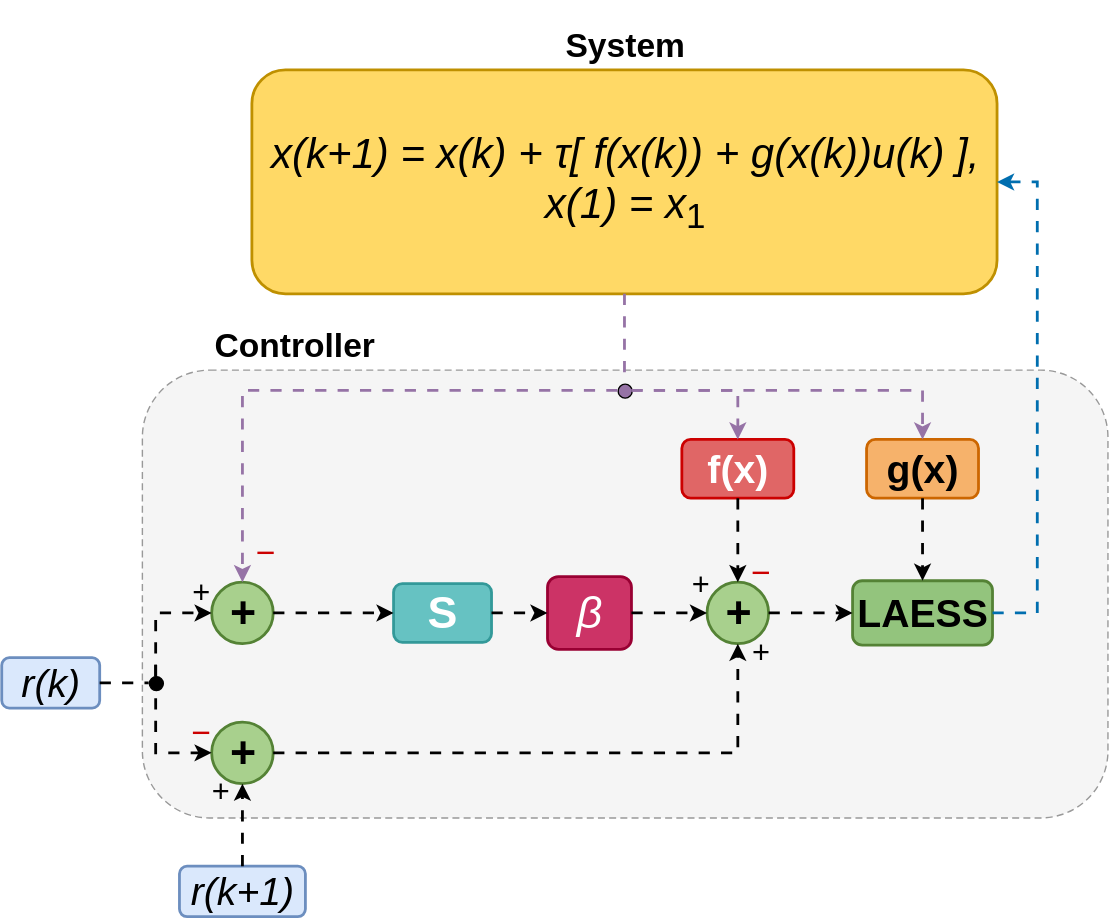
ablassejr/tracking-control-network keeps this draw.io diagram as research-vault/Research Journal/Paper/figures/images/clean-system.svg. Above is the earlier version. Source tidied: cells renumbered, new cells last; positions are measured from the earlier drawing's top-left corner, leaving out a move shared by most shapes. Source of this version:
```xml
<mxGraphModel>
  <root>
    <mxCell id="0" />
    <mxCell id="1" parent="0" />
    <mxCell id="2" style="rounded=1;whiteSpace=wrap;html=1;strokeWidth=1;dashed=1;dashPattern=5 3;strokeColor=#999999;fillColor=#F5F5F5;" parent="1" vertex="1">
      <mxGeometry x="105" y="244" width="690" height="320" as="geometry" />
    </mxCell>
    <mxCell id="3" value="&lt;b&gt;Controller&lt;/b&gt;" style="text;html=1;align=left;verticalAlign=bottom;fontFamily=Helvetica;fontSize=24;rounded=1;" parent="1" vertex="1">
      <mxGeometry y="240" width="120" height="24" as="geometry" />
    </mxCell>
    <mxCell id="4" value="&lt;i style=&quot;line-height:100%;&quot;&gt;x(k+1) = x(k) + τ[ f(x(k)) + g(x(k))u(k) ],&lt;/i&gt;&lt;br/&gt;&lt;i&gt;x(1) = x&lt;/i&gt;&lt;sub&gt;1&lt;/sub&gt;" style="rounded=1;whiteSpace=wrap;html=1;fontFamily=Helvetica;fontSize=30;strokeWidth=2;fillColor=#FFD966;strokeColor=#BF9000;" parent="1" vertex="1">
      <mxGeometry x="183.8" y="30" width="532.5" height="160" as="geometry" />
    </mxCell>
    <mxCell id="5" value="&lt;b&gt;&lt;font style=&quot;font-size: 24px;&quot;&gt;System&lt;/font&gt;&lt;/b&gt;" style="text;html=1;align=center;verticalAlign=top;fontFamily=Helvetica;fontSize=36;rounded=1;" parent="1" vertex="1">
      <mxGeometry x="79" width="120" height="26" as="geometry" />
    </mxCell>
    <mxCell id="6" style="ellipse;fillColor=#000000;strokeColor=#000000;strokeWidth=1;html=1;" parent="1" vertex="1">
      <mxGeometry x="445" y="254" width="10" height="10" as="geometry" />
    </mxCell>
    <mxCell id="7" value="+" style="ellipse;html=1;fontFamily=Helvetica;fontSize=32;strokeWidth=2;align=center;verticalAlign=middle;fontStyle=1;rounded=1;fillColor=#A8D08D;strokeColor=#548235;" parent="1" vertex="1">
      <mxGeometry x="155" y="396" width="44" height="44" as="geometry" />
    </mxCell>
    <mxCell id="8" value="&lt;b&gt;S&lt;/b&gt;" style="rounded=1;whiteSpace=wrap;html=1;fontFamily=Helvetica;fontSize=32;strokeWidth=2;fillColor=#66C2C2;strokeColor=#339999;fontColor=#FFFFFF;" parent="1" vertex="1">
      <mxGeometry x="285" y="397" width="70" height="42" as="geometry" />
    </mxCell>
    <mxCell id="9" value="&lt;i&gt;β&lt;/i&gt;" style="rounded=1;whiteSpace=wrap;html=1;fontFamily=Helvetica;fontSize=32;strokeWidth=2;fillColor=#CC3366;strokeColor=#990033;fontColor=#FFFFFF;" parent="1" vertex="1">
      <mxGeometry x="395" y="392" width="60" height="52" as="geometry" />
    </mxCell>
    <mxCell id="10" value="+" style="ellipse;html=1;fontFamily=Helvetica;fontSize=32;strokeWidth=2;align=center;verticalAlign=middle;fontStyle=1;rounded=1;fillColor=#A8D08D;strokeColor=#548235;" parent="1" vertex="1">
      <mxGeometry x="509" y="396" width="44" height="44" as="geometry" />
    </mxCell>
    <mxCell id="11" value="&lt;b&gt;LAESS&lt;/b&gt;" style="rounded=1;whiteSpace=wrap;html=1;fontFamily=Helvetica;fontSize=28;strokeWidth=2;fillColor=#93C47D;strokeColor=#548235;" parent="1" vertex="1">
      <mxGeometry x="613" y="395" width="100" height="46" as="geometry" />
    </mxCell>
    <mxCell id="12" value="&lt;b&gt;f(x)&lt;/b&gt;" style="rounded=1;whiteSpace=wrap;html=1;fontFamily=Helvetica;fontSize=28;strokeWidth=2;fillColor=#E06666;strokeColor=#CC0000;fontColor=#FFFFFF;" parent="1" vertex="1">
      <mxGeometry x="491" y="294" width="80" height="42" as="geometry" />
    </mxCell>
    <mxCell id="13" value="&lt;b&gt;g(x)&lt;/b&gt;" style="rounded=1;whiteSpace=wrap;html=1;fontFamily=Helvetica;fontSize=28;strokeWidth=2;fillColor=#F6B26B;strokeColor=#CC6600;" parent="1" vertex="1">
      <mxGeometry x="623" y="294" width="80" height="42" as="geometry" />
    </mxCell>
    <mxCell id="14" value="+" style="ellipse;html=1;fontFamily=Helvetica;fontSize=32;strokeWidth=2;align=center;verticalAlign=middle;fontStyle=1;rounded=1;fillColor=#A8D08D;strokeColor=#548235;" parent="1" vertex="1">
      <mxGeometry x="155" y="496" width="44" height="44" as="geometry" />
    </mxCell>
    <mxCell id="15" value="&lt;i&gt;r(k+1)&lt;/i&gt;" style="rounded=1;whiteSpace=wrap;html=1;fontFamily=Helvetica;fontSize=28;strokeWidth=2;fillColor=#DAE8FC;strokeColor=#6C8EBF;" parent="1" vertex="1">
      <mxGeometry x="132" y="599" width="90" height="36" as="geometry" />
    </mxCell>
    <mxCell id="16" value="&amp;#x2212;" style="text;html=1;align=center;verticalAlign=middle;fontFamily=Helvetica;rounded=1;fontSize=24;fontColor=#CC0000;" parent="1" vertex="1">
      <mxGeometry x="187" y="369" width="12" height="12" as="geometry" />
    </mxCell>
    <mxCell id="17" value="&amp;#x2212;" style="text;html=1;align=center;verticalAlign=middle;fontFamily=Helvetica;rounded=1;fontSize=24;fontColor=#CC0000;" parent="1" vertex="1">
      <mxGeometry x="541" y="383" width="12" height="12" as="geometry" />
    </mxCell>
    <mxCell id="18" value="+" style="text;html=1;align=center;verticalAlign=middle;fontFamily=Helvetica;rounded=1;fontSize=22;" parent="1" vertex="1">
      <mxGeometry x="499" y="392" width="10" height="12" as="geometry" />
    </mxCell>
    <mxCell id="19" value="+" style="text;html=1;align=center;verticalAlign=middle;fontFamily=Helvetica;rounded=1;fontSize=22;" parent="1" vertex="1">
      <mxGeometry x="541" y="441" width="12" height="12" as="geometry" />
    </mxCell>
    <mxCell id="20" value="&amp;#x2212;" style="text;html=1;align=center;verticalAlign=middle;fontFamily=Helvetica;rounded=1;fontSize=24;fontColor=#CC0000;" parent="1" vertex="1">
      <mxGeometry x="141" y="498" width="12" height="12" as="geometry" />
    </mxCell>
    <mxCell id="21" value="+" style="text;html=1;align=center;verticalAlign=middle;fontFamily=Helvetica;rounded=1;fontSize=22;" parent="1" vertex="1">
      <mxGeometry x="165" y="542" width="12" height="12" as="geometry" />
    </mxCell>
    <mxCell id="22" value="&lt;i&gt;&lt;font style=&quot;font-size: 24px;&quot;&gt;x(k)&lt;/font&gt;&lt;/i&gt;" style="edgeStyle=orthogonalEdgeStyle;rounded=0;html=1;strokeWidth=2;flowAnimation=1;endArrow=none;endFill=0;exitX=0.5;exitY=1;exitDx=0;exitDy=0;strokeColor=#9673a6;" parent="1" edge="1" source="4" target="6">
      <mxGeometry x="-0.06" y="5" relative="1" as="geometry">
        <mxPoint y="1" as="offset" />
      </mxGeometry>
    </mxCell>
    <mxCell id="23" style="edgeStyle=orthogonalEdgeStyle;rounded=0;html=1;strokeWidth=2;flowAnimation=1;endArrow=classic;endFill=1;entryX=0.5;entryY=0;entryDx=0;entryDy=0;fontFamily=Helvetica;fontSize=24;strokeColor=#9673a6;" parent="1" edge="1" source="6" target="7">
      <mxGeometry relative="1" as="geometry">
        <Array as="points">
          <mxPoint x="177" y="259" />
        </Array>
      </mxGeometry>
    </mxCell>
    <mxCell id="24" style="edgeStyle=orthogonalEdgeStyle;rounded=0;html=1;strokeWidth=2;flowAnimation=1;endArrow=classic;endFill=1;entryX=0.5;entryY=0;entryDx=0;entryDy=0;strokeColor=#9673a6;" parent="1" edge="1" source="6" target="12">
      <mxGeometry relative="1" as="geometry">
        <Array as="points">
          <mxPoint x="531" y="259" />
        </Array>
      </mxGeometry>
    </mxCell>
    <mxCell id="25" style="edgeStyle=orthogonalEdgeStyle;rounded=0;html=1;strokeWidth=2;flowAnimation=1;endArrow=classic;endFill=1;entryX=0.5;entryY=0;entryDx=0;entryDy=0;strokeColor=#9673a6;" parent="1" edge="1" source="6" target="13">
      <mxGeometry relative="1" as="geometry">
        <Array as="points">
          <mxPoint x="663" y="259" />
        </Array>
      </mxGeometry>
    </mxCell>
    <mxCell id="26" value="&lt;i&gt;e(k)&lt;/i&gt;" style="edgeStyle=orthogonalEdgeStyle;rounded=1;html=1;strokeWidth=2;flowAnimation=1;endArrow=classic;endFill=1;exitX=1;exitY=0.5;entryX=0;entryY=0.5;fontFamily=Helvetica;fontSize=24;" parent="1" edge="1" source="7" target="8">
      <mxGeometry relative="1" as="geometry" />
    </mxCell>
    <mxCell id="27" style="edgeStyle=orthogonalEdgeStyle;rounded=1;html=1;strokeWidth=2;flowAnimation=1;endArrow=classic;endFill=1;exitX=1;exitY=0.5;entryX=0;entryY=0.5;" parent="1" edge="1" source="8" target="9">
      <mxGeometry relative="1" as="geometry" />
    </mxCell>
    <mxCell id="28" style="edgeStyle=orthogonalEdgeStyle;rounded=1;html=1;strokeWidth=2;flowAnimation=1;endArrow=classic;endFill=1;exitX=1;exitY=0.5;entryX=0;entryY=0.5;fontFamily=Helvetica;fontSize=22;" parent="1" edge="1" source="9" target="10">
      <mxGeometry relative="1" as="geometry" />
    </mxCell>
    <mxCell id="29" value="&lt;i&gt;f(x(k))&lt;/i&gt;" style="edgeStyle=orthogonalEdgeStyle;rounded=0;html=1;strokeWidth=2;flowAnimation=1;endArrow=classic;endFill=1;exitX=0.5;exitY=1;exitDx=0;exitDy=0;entryX=0.5;entryY=0;entryDx=0;entryDy=0;fontFamily=Helvetica;fontSize=22;" parent="1" edge="1" source="12" target="10">
      <mxGeometry relative="1" as="geometry" />
    </mxCell>
    <mxCell id="30" value="&lt;i&gt;g(x(k))&lt;/i&gt;" style="edgeStyle=orthogonalEdgeStyle;rounded=0;html=1;strokeWidth=2;flowAnimation=1;endArrow=classic;endFill=1;exitX=0.5;exitY=1;exitDx=0;exitDy=0;entryX=0.5;entryY=0;entryDx=0;entryDy=0;fontFamily=Helvetica;fontSize=22;" parent="1" edge="1" source="13" target="11">
      <mxGeometry x="-0.05" y="2" relative="1" as="geometry" />
    </mxCell>
    <mxCell id="31" style="edgeStyle=orthogonalEdgeStyle;rounded=1;html=1;strokeWidth=2;flowAnimation=1;endArrow=classic;endFill=1;exitX=1;exitY=0.5;entryX=0;entryY=0.5;" parent="1" edge="1" source="10" target="11">
      <mxGeometry relative="1" as="geometry" />
    </mxCell>
    <mxCell id="32" value="&lt;i&gt;u(k)&lt;/i&gt;" style="edgeStyle=orthogonalEdgeStyle;rounded=0;html=1;strokeWidth=2;flowAnimation=1;endArrow=classic;endFill=1;exitX=1;exitY=0.5;exitDx=0;exitDy=0;entryX=1;entryY=0.5;entryDx=0;entryDy=0;fontFamily=Helvetica;fontSize=24;strokeColor=#006EAF;" parent="1" edge="1" source="11" target="4">
      <mxGeometry relative="1" as="geometry">
        <Array as="points">
          <mxPoint x="755" y="384" />
          <mxPoint x="755" y="110" />
        </Array>
      </mxGeometry>
    </mxCell>
    <mxCell id="33" style="edgeStyle=orthogonalEdgeStyle;rounded=0;html=1;strokeWidth=2;flowAnimation=1;endArrow=classic;endFill=1;entryX=0;entryY=0.5;entryDx=0;entryDy=0;" parent="1" edge="1" source="39" target="7">
      <mxGeometry relative="1" as="geometry">
        <Array as="points">
          <mxPoint x="115" y="455" />
          <mxPoint x="115" y="403" />
        </Array>
      </mxGeometry>
    </mxCell>
    <mxCell id="34" style="edgeStyle=orthogonalEdgeStyle;rounded=0;html=1;strokeWidth=2;flowAnimation=1;endArrow=classic;endFill=1;entryX=0;entryY=0.5;entryDx=0;entryDy=0;" parent="1" edge="1" source="39" target="14">
      <mxGeometry relative="1" as="geometry">
        <Array as="points">
          <mxPoint x="115" y="455" />
          <mxPoint x="115" y="503" />
        </Array>
      </mxGeometry>
    </mxCell>
    <mxCell id="35" style="edgeStyle=orthogonalEdgeStyle;rounded=0;html=1;strokeWidth=2;flowAnimation=1;endArrow=classic;endFill=1;entryX=0.5;entryY=1;entryDx=0;entryDy=0;" parent="1" edge="1" source="15" target="14">
      <mxGeometry relative="1" as="geometry">
        <Array as="points">
          <mxPoint x="177" y="582" />
        </Array>
      </mxGeometry>
    </mxCell>
    <mxCell id="36" value="&lt;i&gt;&amp;#x0394;r(k)&lt;/i&gt;" style="edgeStyle=orthogonalEdgeStyle;rounded=0;html=1;strokeWidth=2;flowAnimation=1;endArrow=classic;endFill=1;exitX=1;exitY=0.5;exitDx=0;exitDy=0;entryX=0.5;entryY=1;entryDx=0;entryDy=0;fontFamily=Helvetica;fontSize=24;" parent="1" edge="1" source="14" target="10">
      <mxGeometry relative="1" as="geometry">
        <Array as="points">
          <mxPoint x="531" y="518" />
        </Array>
      </mxGeometry>
    </mxCell>
    <mxCell id="37" style="group;" parent="1" vertex="1">
      <mxGeometry x="5" y="450" width="115" height="36" as="geometry" />
    </mxCell>
    <mxCell id="38" value="&lt;i&gt;r(k)&lt;/i&gt;" style="rounded=1;whiteSpace=wrap;html=1;fontFamily=Helvetica;fontSize=28;strokeWidth=2;fillColor=#DAE8FC;strokeColor=#6C8EBF;" parent="37" vertex="1">
      <mxGeometry width="70" height="36" as="geometry" />
    </mxCell>
    <mxCell id="39" style="ellipse;fillColor=#000000;strokeColor=#000000;strokeWidth=1;html=1;" parent="37" vertex="1">
      <mxGeometry x="105" y="13" width="10" height="10" as="geometry" />
    </mxCell>
    <mxCell id="40" style="edgeStyle=orthogonalEdgeStyle;rounded=0;html=1;strokeWidth=2;flowAnimation=1;endArrow=none;endFill=0;" parent="37" edge="1" source="38" target="39">
      <mxGeometry relative="1" as="geometry" />
    </mxCell>
    <mxCell id="41" value="+" style="text;html=1;align=center;verticalAlign=middle;fontFamily=Helvetica;rounded=1;fontSize=22;" parent="1" vertex="1">
      <mxGeometry x="141" y="398" width="12" height="12" as="geometry" />
    </mxCell>
  </root>
</mxGraphModel>
```
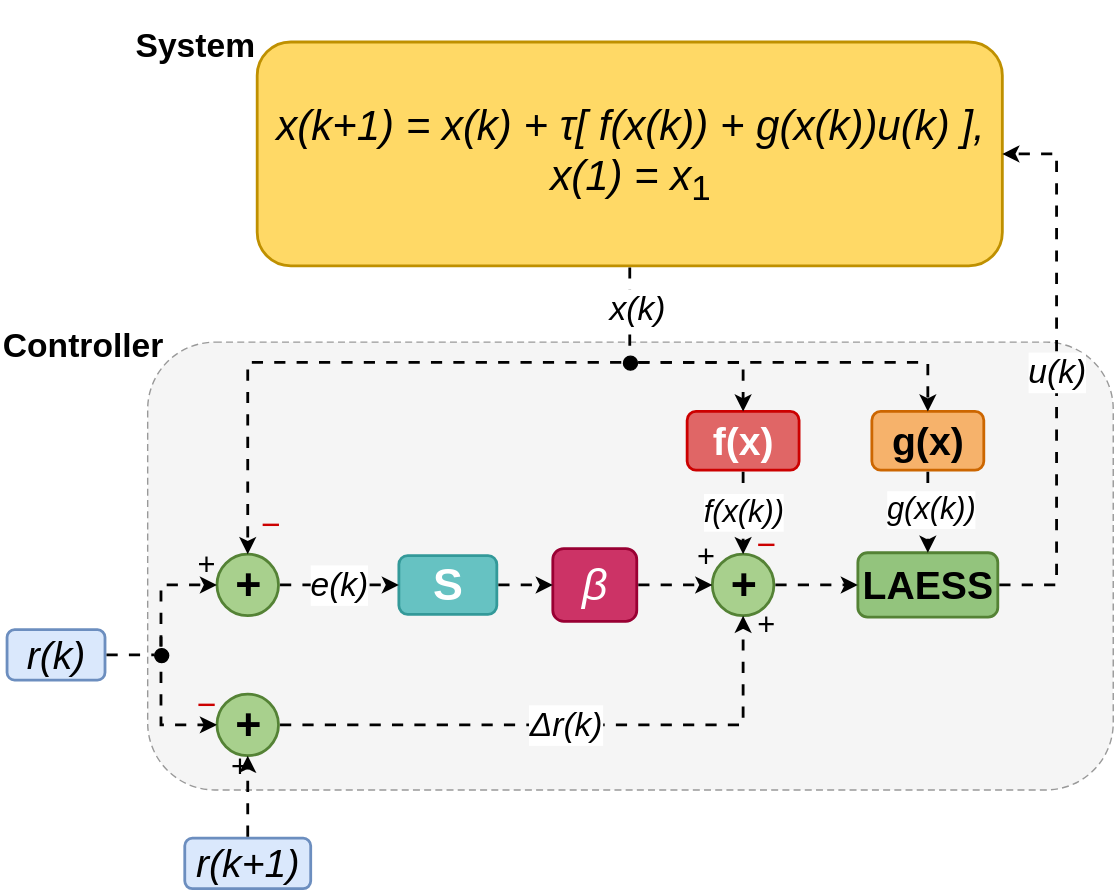
Later version of the same file.

What changed in the source:
```diff
@@ -62,26 +62,26 @@
     <mxCell id="21" value="+" style="text;html=1;align=center;verticalAlign=middle;fontFamily=Helvetica;rounded=1;fontSize=22;" parent="1" vertex="1">
       <mxGeometry x="165" y="542" width="12" height="12" as="geometry" />
     </mxCell>
-    <mxCell id="22" value="&lt;i&gt;&lt;font style=&quot;font-size: 24px;&quot;&gt;x(k)&lt;/font&gt;&lt;/i&gt;" style="edgeStyle=orthogonalEdgeStyle;rounded=0;html=1;strokeWidth=2;flowAnimation=1;endArrow=none;endFill=0;exitX=0.5;exitY=1;exitDx=0;exitDy=0;strokeColor=#9673a6;" parent="1" edge="1" source="4" target="6">
+    <mxCell id="22" value="&lt;i&gt;&lt;font style=&quot;font-size: 24px;&quot;&gt;x(k)&lt;/font&gt;&lt;/i&gt;" style="edgeStyle=orthogonalEdgeStyle;rounded=0;html=1;strokeWidth=2;flowAnimation=1;endArrow=none;endFill=0;exitX=0.5;exitY=1;exitDx=0;exitDy=0;strokeColor=#000000;" parent="1" edge="1" source="4" target="6">
       <mxGeometry x="-0.06" y="5" relative="1" as="geometry">
         <mxPoint y="1" as="offset" />
       </mxGeometry>
     </mxCell>
-    <mxCell id="23" style="edgeStyle=orthogonalEdgeStyle;rounded=0;html=1;strokeWidth=2;flowAnimation=1;endArrow=classic;endFill=1;entryX=0.5;entryY=0;entryDx=0;entryDy=0;fontFamily=Helvetica;fontSize=24;strokeColor=#9673a6;" parent="1" edge="1" source="6" target="7">
+    <mxCell id="23" style="edgeStyle=orthogonalEdgeStyle;rounded=0;html=1;strokeWidth=2;flowAnimation=1;endArrow=classic;endFill=1;entryX=0.5;entryY=0;entryDx=0;entryDy=0;fontFamily=Helvetica;fontSize=24;strokeColor=#000000;" parent="1" edge="1" source="6" target="7">
       <mxGeometry relative="1" as="geometry">
         <Array as="points">
           <mxPoint x="177" y="259" />
         </Array>
       </mxGeometry>
     </mxCell>
-    <mxCell id="24" style="edgeStyle=orthogonalEdgeStyle;rounded=0;html=1;strokeWidth=2;flowAnimation=1;endArrow=classic;endFill=1;entryX=0.5;entryY=0;entryDx=0;entryDy=0;strokeColor=#9673a6;" parent="1" edge="1" source="6" target="12">
+    <mxCell id="24" style="edgeStyle=orthogonalEdgeStyle;rounded=0;html=1;strokeWidth=2;flowAnimation=1;endArrow=classic;endFill=1;entryX=0.5;entryY=0;entryDx=0;entryDy=0;strokeColor=#000000;" parent="1" edge="1" source="6" target="12">
       <mxGeometry relative="1" as="geometry">
         <Array as="points">
           <mxPoint x="531" y="259" />
         </Array>
       </mxGeometry>
     </mxCell>
-    <mxCell id="25" style="edgeStyle=orthogonalEdgeStyle;rounded=0;html=1;strokeWidth=2;flowAnimation=1;endArrow=classic;endFill=1;entryX=0.5;entryY=0;entryDx=0;entryDy=0;strokeColor=#9673a6;" parent="1" edge="1" source="6" target="13">
+    <mxCell id="25" style="edgeStyle=orthogonalEdgeStyle;rounded=0;html=1;strokeWidth=2;flowAnimation=1;endArrow=classic;endFill=1;entryX=0.5;entryY=0;entryDx=0;entryDy=0;strokeColor=#000000;" parent="1" edge="1" source="6" target="13">
       <mxGeometry relative="1" as="geometry">
         <Array as="points">
           <mxPoint x="663" y="259" />
@@ -106,10 +106,10 @@
     <mxCell id="31" style="edgeStyle=orthogonalEdgeStyle;rounded=1;html=1;strokeWidth=2;flowAnimation=1;endArrow=classic;endFill=1;exitX=1;exitY=0.5;entryX=0;entryY=0.5;" parent="1" edge="1" source="10" target="11">
       <mxGeometry relative="1" as="geometry" />
     </mxCell>
-    <mxCell id="32" value="&lt;i&gt;u(k)&lt;/i&gt;" style="edgeStyle=orthogonalEdgeStyle;rounded=0;html=1;strokeWidth=2;flowAnimation=1;endArrow=classic;endFill=1;exitX=1;exitY=0.5;exitDx=0;exitDy=0;entryX=1;entryY=0.5;entryDx=0;entryDy=0;fontFamily=Helvetica;fontSize=24;strokeColor=#006EAF;" parent="1" edge="1" source="11" target="4">
+    <mxCell id="32" value="&lt;i&gt;u(k)&lt;/i&gt;" style="edgeStyle=orthogonalEdgeStyle;rounded=0;html=1;strokeWidth=2;flowAnimation=1;endArrow=classic;endFill=1;exitX=1;exitY=0.5;exitDx=0;exitDy=0;entryX=1;entryY=0.5;entryDx=0;entryDy=0;fontFamily=Helvetica;fontSize=24;strokeColor=#000000;" parent="1" edge="1" source="11" target="4">
       <mxGeometry relative="1" as="geometry">
         <Array as="points">
-          <mxPoint x="755" y="384" />
+          <mxPoint x="755" y="418" />
           <mxPoint x="755" y="110" />
         </Array>
       </mxGeometry>
```
